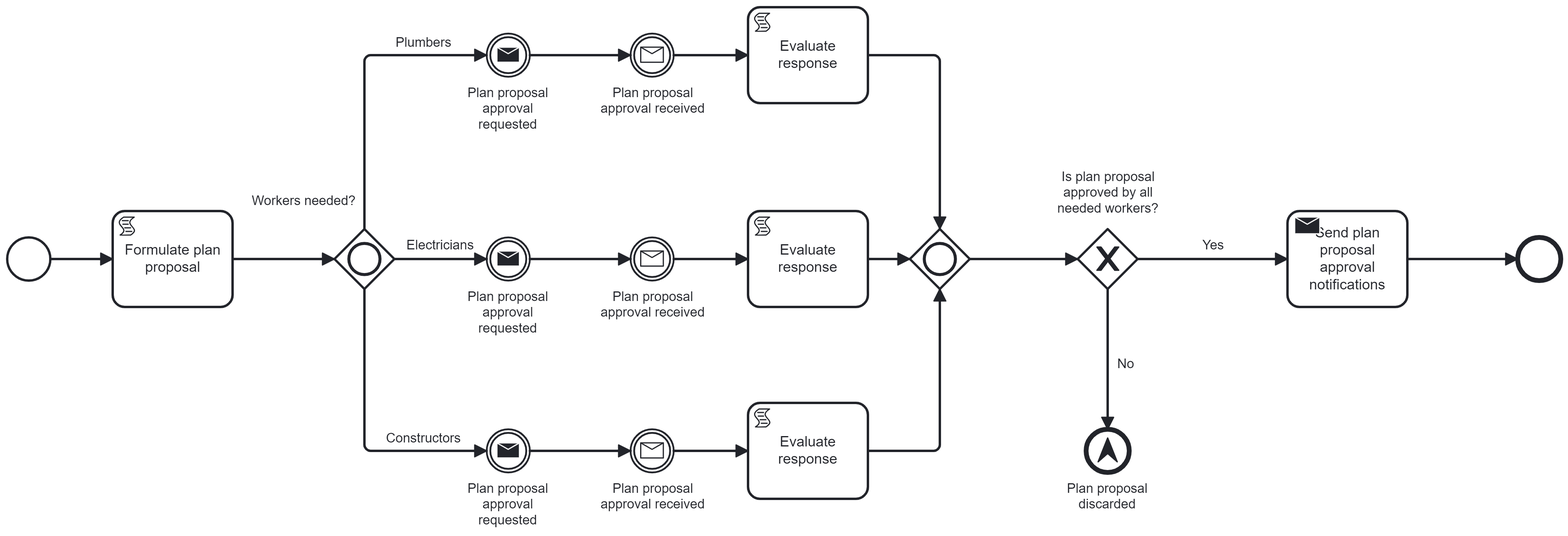
The BPMN diagram processes/executable/rendered/Agree on plan proposal.png in giorgio-natale/house-renovation-company-psd, before a commit. Its source is kept beside it as processes/executable/sources/Agree on plan proposal.bpmn. Ids are renumbered. Its diagram source:
```xml
<bpmn:definitions xmlns:bpmn="http://www.omg.org/spec/BPMN/20100524/MODEL" xmlns:bpmndi="http://www.omg.org/spec/BPMN/20100524/DI" xmlns:dc="http://www.omg.org/spec/DD/20100524/DC" xmlns:camunda="http://camunda.org/schema/1.0/bpmn" xmlns:di="http://www.omg.org/spec/DD/20100524/DI" xmlns:xsi="http://www.w3.org/2001/XMLSchema-instance" xmlns:modeler="http://camunda.org/schema/modeler/1.0" id="Definitions_n1" targetNamespace="http://bpmn.io/schema/bpmn" exporter="Camunda Modeler" exporterVersion="5.10.0" modeler:executionPlatform="Camunda Platform" modeler:executionPlatformVersion="7.19.0">
  <bpmn:process id="Process_n2" name="Agree on plan proposal" isExecutable="true" camunda:historyTimeToLive="100">
    <bpmn:startEvent id="Event_n3">
      <bpmn:outgoing>Flow_n4</bpmn:outgoing>
    </bpmn:startEvent>
    <bpmn:exclusiveGateway id="Gateway_n5" name="Is plan proposal approved by all needed workers?">
      <bpmn:incoming>Flow_n6</bpmn:incoming>
      <bpmn:outgoing>Flow_n7</bpmn:outgoing>
      <bpmn:outgoing>Flow_n8</bpmn:outgoing>
    </bpmn:exclusiveGateway>
    <bpmn:sendTask id="Activity_n9" name="Send plan proposal approval notifications" camunda:type="external" camunda:topic="send-plan-proposal-approval-notifications">
      <bpmn:incoming>Flow_n7</bpmn:incoming>
      <bpmn:outgoing>Flow_n10</bpmn:outgoing>
    </bpmn:sendTask>
    <bpmn:endEvent id="Event_n11">
      <bpmn:incoming>Flow_n10</bpmn:incoming>
    </bpmn:endEvent>
    <bpmn:inclusiveGateway id="Gateway_n12" name="Workers needed?">
      <bpmn:incoming>Flow_n4</bpmn:incoming>
      <bpmn:outgoing>Flow_n13</bpmn:outgoing>
      <bpmn:outgoing>Flow_n14</bpmn:outgoing>
      <bpmn:outgoing>Flow_n15</bpmn:outgoing>
    </bpmn:inclusiveGateway>
    <bpmn:inclusiveGateway id="Gateway_n16">
      <bpmn:incoming>Flow_n17</bpmn:incoming>
      <bpmn:incoming>Flow_n18</bpmn:incoming>
      <bpmn:incoming>Flow_n19</bpmn:incoming>
      <bpmn:outgoing>Flow_n6</bpmn:outgoing>
    </bpmn:inclusiveGateway>
    <bpmn:endEvent id="Event_n20" name="Plan proposal discarded">
      <bpmn:incoming>Flow_n8</bpmn:incoming>
      <bpmn:escalationEventDefinition id="EscalationEventDefinition_n21" escalationRef="Escalation_n22" />
    </bpmn:endEvent>
    <bpmn:sequenceFlow id="Flow_n6" sourceRef="Gateway_n16" targetRef="Gateway_n5" />
    <bpmn:sequenceFlow id="Flow_n7" name="Yes" sourceRef="Gateway_n5" targetRef="Activity_n9">
      <bpmn:conditionExpression xsi:type="bpmn:tFormalExpression" language="javascript">(!JSON.parse(execution.getVariable("activities")).plumber.isNeeded || JSON.parse(execution.getVariable("plumberPlanProposal")).status === "ACCEPTED") &amp;&amp;
(!JSON.parse(execution.getVariable("activities")).electrician.isNeeded || JSON.parse(execution.getVariable("electricianPlanProposal")).status === "ACCEPTED") &amp;&amp;
(!JSON.parse(execution.getVariable("activities")).constructor.isNeeded || JSON.parse(execution.getVariable("constructorPlanProposal")).status === "ACCEPTED")</bpmn:conditionExpression>
    </bpmn:sequenceFlow>
    <bpmn:sequenceFlow id="Flow_n8" name="No" sourceRef="Gateway_n5" targetRef="Event_n20">
      <bpmn:conditionExpression xsi:type="bpmn:tFormalExpression" language="javascript">!((!JSON.parse(execution.getVariable("activities")).plumber.isNeeded || JSON.parse(execution.getVariable("plumberPlanProposal")).status === "ACCEPTED") &amp;&amp;
(!JSON.parse(execution.getVariable("activities")).electrician.isNeeded || JSON.parse(execution.getVariable("electricianPlanProposal")).status === "ACCEPTED") &amp;&amp;
(!JSON.parse(execution.getVariable("activities")).constructor.isNeeded || JSON.parse(execution.getVariable("constructorPlanProposal")).status === "ACCEPTED"))</bpmn:conditionExpression>
    </bpmn:sequenceFlow>
    <bpmn:sequenceFlow id="Flow_n10" sourceRef="Activity_n9" targetRef="Event_n11" />
    <bpmn:sequenceFlow id="Flow_n13" name="Plumbers" sourceRef="Gateway_n12" targetRef="Activity_n23">
      <bpmn:conditionExpression xsi:type="bpmn:tFormalExpression" language="javascript">JSON.parse(execution.getVariable("activities")).plumber.isNeeded;</bpmn:conditionExpression>
    </bpmn:sequenceFlow>
    <bpmn:sequenceFlow id="Flow_n19" sourceRef="Activity_n23" targetRef="Gateway_n16" />
    <bpmn:serviceTask id="Activity_n23" name="Offer plan proposal" camunda:type="external" camunda:topic="offer-plan-proposal-plumber">
      <bpmn:incoming>Flow_n13</bpmn:incoming>
      <bpmn:outgoing>Flow_n19</bpmn:outgoing>
    </bpmn:serviceTask>
    <bpmn:sequenceFlow id="Flow_n14" name="Electricians" sourceRef="Gateway_n12" targetRef="Activity_n24">
      <bpmn:conditionExpression xsi:type="bpmn:tFormalExpression" language="javascript">JSON.parse(execution.getVariable("activities")).electrician.isNeeded;</bpmn:conditionExpression>
    </bpmn:sequenceFlow>
    <bpmn:serviceTask id="Activity_n24" name="Offer plan proposal" camunda:type="external" camunda:topic="offer-plan-proposal-electrician">
      <bpmn:incoming>Flow_n14</bpmn:incoming>
      <bpmn:outgoing>Flow_n18</bpmn:outgoing>
    </bpmn:serviceTask>
    <bpmn:sequenceFlow id="Flow_n18" sourceRef="Activity_n24" targetRef="Gateway_n16" />
    <bpmn:serviceTask id="Activity_n25" name="Offer plan proposal" camunda:type="external" camunda:topic="offer-plan-proposal-constructor">
      <bpmn:incoming>Flow_n15</bpmn:incoming>
      <bpmn:outgoing>Flow_n17</bpmn:outgoing>
    </bpmn:serviceTask>
    <bpmn:sequenceFlow id="Flow_n15" name="Constructors" sourceRef="Gateway_n12" targetRef="Activity_n25">
      <bpmn:conditionExpression xsi:type="bpmn:tFormalExpression" language="javascript">JSON.parse(execution.getVariable("activities")).constructor.isNeeded;</bpmn:conditionExpression>
    </bpmn:sequenceFlow>
    <bpmn:sequenceFlow id="Flow_n17" sourceRef="Activity_n25" targetRef="Gateway_n16" />
    <bpmn:sequenceFlow id="Flow_n4" sourceRef="Event_n3" targetRef="Gateway_n12" />
  </bpmn:process>
  <bpmn:escalation id="Escalation_n22" name="Escalation_n22" escalationCode="Escalation_n22" />
  <bpmndi:BPMNDiagram id="BPMNDiagram_1">
    <bpmndi:BPMNPlane id="BPMNPlane_1" bpmnElement="Process_n2">
      <bpmndi:BPMNShape id="Event_n3_di" bpmnElement="Event_n3">
        <dc:Bounds x="179" y="262" width="36" height="36" />
      </bpmndi:BPMNShape>
      <bpmndi:BPMNShape id="Gateway_0vxvmbf_di" bpmnElement="Gateway_n12">
        <dc:Bounds x="295" y="255" width="50" height="50" />
        <bpmndi:BPMNLabel>
          <dc:Bounds x="226" y="225" width="87" height="14" />
        </bpmndi:BPMNLabel>
      </bpmndi:BPMNShape>
      <bpmndi:BPMNShape id="Gateway_n5_di" bpmnElement="Gateway_n5" isMarkerVisible="true">
        <dc:Bounds x="765" y="255" width="50" height="50" />
        <bpmndi:BPMNLabel>
          <dc:Bounds x="748" y="205" width="85" height="40" />
        </bpmndi:BPMNLabel>
      </bpmndi:BPMNShape>
      <bpmndi:BPMNShape id="Activity_0l0wakm_di" bpmnElement="Activity_n9">
        <dc:Bounds x="927" y="240" width="100" height="80" />
        <bpmndi:BPMNLabel />
      </bpmndi:BPMNShape>
      <bpmndi:BPMNShape id="Event_n11_di" bpmnElement="Event_n11">
        <dc:Bounds x="1119" y="262" width="36" height="36" />
      </bpmndi:BPMNShape>
      <bpmndi:BPMNShape id="Gateway_0gso8w3_di" bpmnElement="Gateway_n16">
        <dc:Bounds x="625" y="255" width="50" height="50" />
      </bpmndi:BPMNShape>
      <bpmndi:BPMNShape id="Event_158p70b_di" bpmnElement="Event_n20">
        <dc:Bounds x="772" y="422" width="36" height="36" />
        <bpmndi:BPMNLabel>
          <dc:Bounds x="756" y="465" width="68" height="27" />
        </bpmndi:BPMNLabel>
      </bpmndi:BPMNShape>
      <bpmndi:BPMNShape id="Activity_0tamp2y_di" bpmnElement="Activity_n23">
        <dc:Bounds x="450" y="70" width="100" height="80" />
        <bpmndi:BPMNLabel />
      </bpmndi:BPMNShape>
      <bpmndi:BPMNShape id="Activity_1g0oaul_di" bpmnElement="Activity_n24">
        <dc:Bounds x="450" y="240" width="100" height="80" />
      </bpmndi:BPMNShape>
      <bpmndi:BPMNShape id="Activity_0z1ocjb_di" bpmnElement="Activity_n25">
        <dc:Bounds x="450" y="400" width="100" height="80" />
      </bpmndi:BPMNShape>
      <bpmndi:BPMNEdge id="Flow_n13_di" bpmnElement="Flow_n13">
        <di:waypoint x="320" y="255" />
        <di:waypoint x="320" y="110" />
        <di:waypoint x="450" y="110" />
        <bpmndi:BPMNLabel>
          <dc:Bounds x="312" y="93" width="47" height="14" />
        </bpmndi:BPMNLabel>
      </bpmndi:BPMNEdge>
      <bpmndi:BPMNEdge id="Flow_n14_di" bpmnElement="Flow_n14">
        <di:waypoint x="345" y="280" />
        <di:waypoint x="450" y="280" />
        <bpmndi:BPMNLabel>
          <dc:Bounds x="351" y="262" width="57" height="14" />
        </bpmndi:BPMNLabel>
      </bpmndi:BPMNEdge>
      <bpmndi:BPMNEdge id="Flow_n15_di" bpmnElement="Flow_n15">
        <di:waypoint x="320" y="305" />
        <di:waypoint x="320" y="440" />
        <di:waypoint x="450" y="440" />
        <bpmndi:BPMNLabel>
          <dc:Bounds x="304" y="444" width="63" height="14" />
        </bpmndi:BPMNLabel>
      </bpmndi:BPMNEdge>
      <bpmndi:BPMNEdge id="Flow_n4_di" bpmnElement="Flow_n4">
        <di:waypoint x="215" y="280" />
        <di:waypoint x="295" y="280" />
      </bpmndi:BPMNEdge>
      <bpmndi:BPMNEdge id="Flow_n6_di" bpmnElement="Flow_n6">
        <di:waypoint x="675" y="280" />
        <di:waypoint x="765" y="280" />
      </bpmndi:BPMNEdge>
      <bpmndi:BPMNEdge id="Flow_n7_di" bpmnElement="Flow_n7">
        <di:waypoint x="815" y="280" />
        <di:waypoint x="927" y="280" />
        <bpmndi:BPMNLabel>
          <dc:Bounds x="862" y="262" width="18" height="14" />
        </bpmndi:BPMNLabel>
      </bpmndi:BPMNEdge>
      <bpmndi:BPMNEdge id="Flow_n8_di" bpmnElement="Flow_n8">
        <di:waypoint x="790" y="305" />
        <di:waypoint x="790" y="422" />
        <bpmndi:BPMNLabel>
          <dc:Bounds x="798" y="361" width="15" height="14" />
        </bpmndi:BPMNLabel>
      </bpmndi:BPMNEdge>
      <bpmndi:BPMNEdge id="Flow_n10_di" bpmnElement="Flow_n10">
        <di:waypoint x="1027" y="280" />
        <di:waypoint x="1119" y="280" />
      </bpmndi:BPMNEdge>
      <bpmndi:BPMNEdge id="Flow_n19_di" bpmnElement="Flow_n19">
        <di:waypoint x="550" y="110" />
        <di:waypoint x="650" y="110" />
        <di:waypoint x="650" y="255" />
      </bpmndi:BPMNEdge>
      <bpmndi:BPMNEdge id="Flow_n18_di" bpmnElement="Flow_n18">
        <di:waypoint x="550" y="280" />
        <di:waypoint x="625" y="280" />
      </bpmndi:BPMNEdge>
      <bpmndi:BPMNEdge id="Flow_n17_di" bpmnElement="Flow_n17">
        <di:waypoint x="550" y="440" />
        <di:waypoint x="650" y="440" />
        <di:waypoint x="650" y="305" />
      </bpmndi:BPMNEdge>
    </bpmndi:BPMNPlane>
  </bpmndi:BPMNDiagram>
</bpmn:definitions>
```
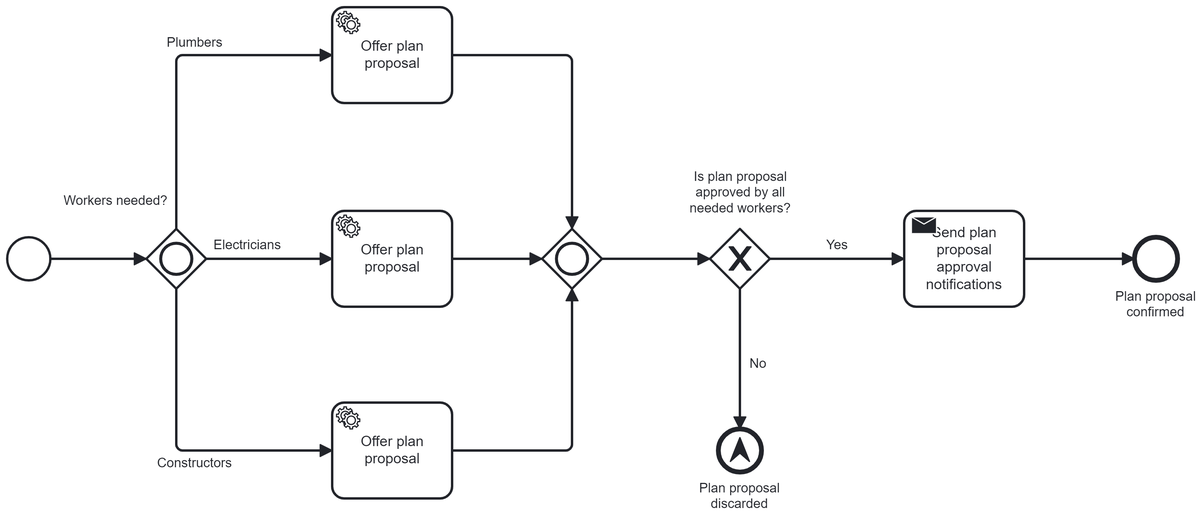
After the commit.

Commit message:
Update executable diagrams

Diff of the diagram source:
```diff
@@ -12,7 +12,7 @@
       <bpmn:incoming>Flow_n7</bpmn:incoming>
       <bpmn:outgoing>Flow_n10</bpmn:outgoing>
     </bpmn:sendTask>
-    <bpmn:endEvent id="Event_n11">
+    <bpmn:endEvent id="Event_n11" name="Plan proposal&#10;confirmed">
       <bpmn:incoming>Flow_n10</bpmn:incoming>
     </bpmn:endEvent>
     <bpmn:inclusiveGateway id="Gateway_n12" name="Workers needed?">
@@ -75,12 +75,6 @@
       <bpmndi:BPMNShape id="Event_n3_di" bpmnElement="Event_n3">
         <dc:Bounds x="179" y="262" width="36" height="36" />
       </bpmndi:BPMNShape>
-      <bpmndi:BPMNShape id="Gateway_0vxvmbf_di" bpmnElement="Gateway_n12">
-        <dc:Bounds x="295" y="255" width="50" height="50" />
-        <bpmndi:BPMNLabel>
-          <dc:Bounds x="226" y="225" width="87" height="14" />
-        </bpmndi:BPMNLabel>
-      </bpmndi:BPMNShape>
       <bpmndi:BPMNShape id="Gateway_n5_di" bpmnElement="Gateway_n5" isMarkerVisible="true">
         <dc:Bounds x="765" y="255" width="50" height="50" />
         <bpmndi:BPMNLabel>
@@ -93,6 +87,15 @@
       </bpmndi:BPMNShape>
       <bpmndi:BPMNShape id="Event_n11_di" bpmnElement="Event_n11">
         <dc:Bounds x="1119" y="262" width="36" height="36" />
+        <bpmndi:BPMNLabel>
+          <dc:Bounds x="1103" y="305" width="68" height="27" />
+        </bpmndi:BPMNLabel>
+      </bpmndi:BPMNShape>
+      <bpmndi:BPMNShape id="Gateway_0vxvmbf_di" bpmnElement="Gateway_n12">
+        <dc:Bounds x="295" y="255" width="50" height="50" />
+        <bpmndi:BPMNLabel>
+          <dc:Bounds x="226" y="225" width="87" height="14" />
+        </bpmndi:BPMNLabel>
       </bpmndi:BPMNShape>
       <bpmndi:BPMNShape id="Gateway_0gso8w3_di" bpmnElement="Gateway_n16">
         <dc:Bounds x="625" y="255" width="50" height="50" />
@@ -113,33 +116,6 @@
       <bpmndi:BPMNShape id="Activity_0z1ocjb_di" bpmnElement="Activity_n25">
         <dc:Bounds x="450" y="400" width="100" height="80" />
       </bpmndi:BPMNShape>
-      <bpmndi:BPMNEdge id="Flow_n13_di" bpmnElement="Flow_n13">
-        <di:waypoint x="320" y="255" />
-        <di:waypoint x="320" y="110" />
-        <di:waypoint x="450" y="110" />
-        <bpmndi:BPMNLabel>
-          <dc:Bounds x="312" y="93" width="47" height="14" />
-        </bpmndi:BPMNLabel>
-      </bpmndi:BPMNEdge>
-      <bpmndi:BPMNEdge id="Flow_n14_di" bpmnElement="Flow_n14">
-        <di:waypoint x="345" y="280" />
-        <di:waypoint x="450" y="280" />
-        <bpmndi:BPMNLabel>
-          <dc:Bounds x="351" y="262" width="57" height="14" />
-        </bpmndi:BPMNLabel>
-      </bpmndi:BPMNEdge>
-      <bpmndi:BPMNEdge id="Flow_n15_di" bpmnElement="Flow_n15">
-        <di:waypoint x="320" y="305" />
-        <di:waypoint x="320" y="440" />
-        <di:waypoint x="450" y="440" />
-        <bpmndi:BPMNLabel>
-          <dc:Bounds x="304" y="444" width="63" height="14" />
-        </bpmndi:BPMNLabel>
-      </bpmndi:BPMNEdge>
-      <bpmndi:BPMNEdge id="Flow_n4_di" bpmnElement="Flow_n4">
-        <di:waypoint x="215" y="280" />
-        <di:waypoint x="295" y="280" />
-      </bpmndi:BPMNEdge>
       <bpmndi:BPMNEdge id="Flow_n6_di" bpmnElement="Flow_n6">
         <di:waypoint x="675" y="280" />
         <di:waypoint x="765" y="280" />
@@ -162,20 +138,47 @@
         <di:waypoint x="1027" y="280" />
         <di:waypoint x="1119" y="280" />
       </bpmndi:BPMNEdge>
+      <bpmndi:BPMNEdge id="Flow_n13_di" bpmnElement="Flow_n13">
+        <di:waypoint x="320" y="255" />
+        <di:waypoint x="320" y="110" />
+        <di:waypoint x="450" y="110" />
+        <bpmndi:BPMNLabel>
+          <dc:Bounds x="312" y="93" width="47" height="14" />
+        </bpmndi:BPMNLabel>
+      </bpmndi:BPMNEdge>
       <bpmndi:BPMNEdge id="Flow_n19_di" bpmnElement="Flow_n19">
         <di:waypoint x="550" y="110" />
         <di:waypoint x="650" y="110" />
         <di:waypoint x="650" y="255" />
       </bpmndi:BPMNEdge>
+      <bpmndi:BPMNEdge id="Flow_n14_di" bpmnElement="Flow_n14">
+        <di:waypoint x="345" y="280" />
+        <di:waypoint x="450" y="280" />
+        <bpmndi:BPMNLabel>
+          <dc:Bounds x="351" y="262" width="57" height="14" />
+        </bpmndi:BPMNLabel>
+      </bpmndi:BPMNEdge>
       <bpmndi:BPMNEdge id="Flow_n18_di" bpmnElement="Flow_n18">
         <di:waypoint x="550" y="280" />
         <di:waypoint x="625" y="280" />
+      </bpmndi:BPMNEdge>
+      <bpmndi:BPMNEdge id="Flow_n15_di" bpmnElement="Flow_n15">
+        <di:waypoint x="320" y="305" />
+        <di:waypoint x="320" y="440" />
+        <di:waypoint x="450" y="440" />
+        <bpmndi:BPMNLabel>
+          <dc:Bounds x="304" y="444" width="63" height="14" />
+        </bpmndi:BPMNLabel>
       </bpmndi:BPMNEdge>
       <bpmndi:BPMNEdge id="Flow_n17_di" bpmnElement="Flow_n17">
         <di:waypoint x="550" y="440" />
         <di:waypoint x="650" y="440" />
         <di:waypoint x="650" y="305" />
       </bpmndi:BPMNEdge>
+      <bpmndi:BPMNEdge id="Flow_n4_di" bpmnElement="Flow_n4">
+        <di:waypoint x="215" y="280" />
+        <di:waypoint x="295" y="280" />
+      </bpmndi:BPMNEdge>
     </bpmndi:BPMNPlane>
   </bpmndi:BPMNDiagram>
 </bpmn:definitions>
```
